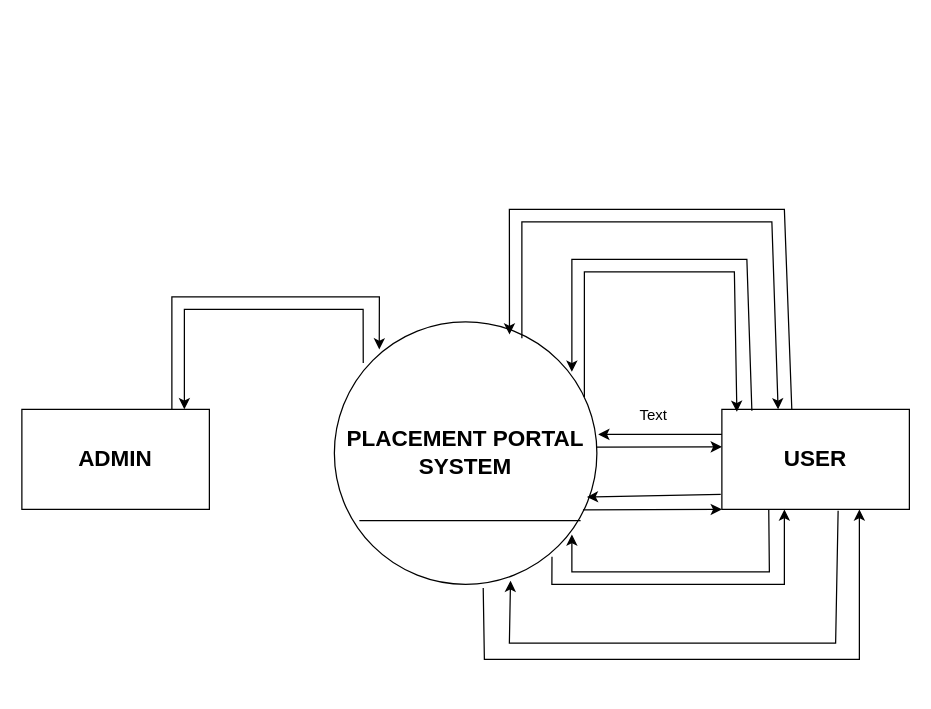
shalulaha/Minor_Project keeps this draw.io diagram as Untitled Diagram.drawio. Above is the earlier version. Source tidied: cells renumbered, new cells numbered last; positions are measured from the earlier drawing's top-left corner, leaving out a move shared by most shapes. Both pictures are drawn from the tidied source at 125%, with x=0, y=0 at pixel (21, 209).
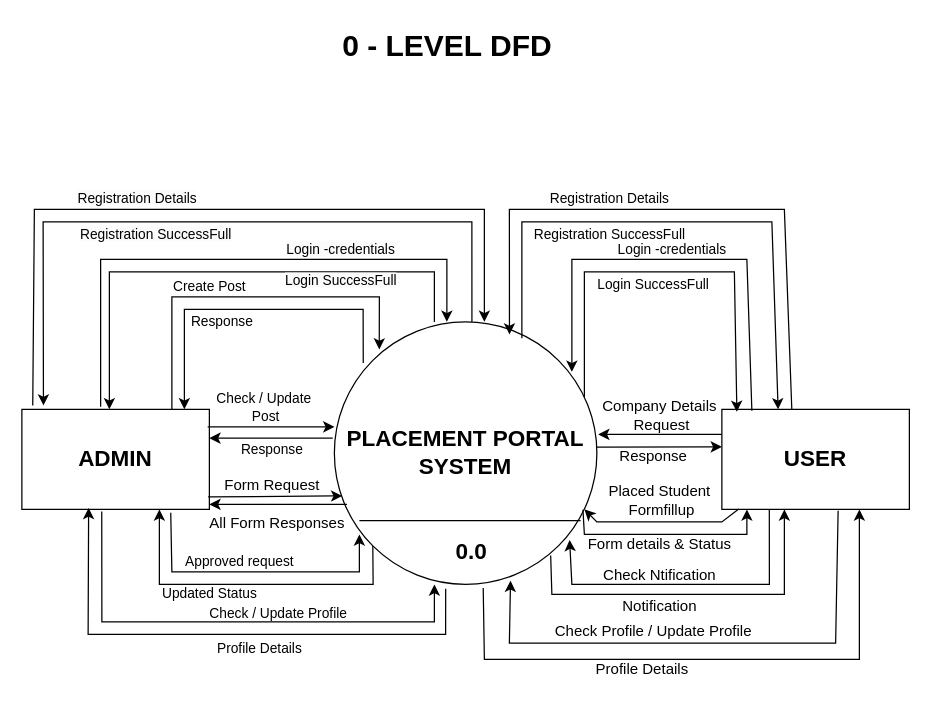
The same page after the edit.

Unchanged cells that the change refers to:
```xml
<mxCell id="2" value="&lt;font style=&quot;font-size: 18px;&quot;&gt;&lt;b&gt;PLACEMENT PORTAL&lt;/b&gt;&lt;/font&gt;&lt;div&gt;&lt;font style=&quot;font-size: 18px;&quot;&gt;&lt;b&gt;SYSTEM&lt;/b&gt;&lt;/font&gt;&lt;/div&gt;" style="ellipse;whiteSpace=wrap;html=1;" parent="1" vertex="1">
  <mxGeometry x="250" y="90" width="210" height="210" as="geometry" />
</mxCell>
<mxCell id="4" value="&lt;b&gt;&lt;font style=&quot;font-size: 18px;&quot;&gt;ADMIN&lt;/font&gt;&lt;/b&gt;" style="rounded=0;whiteSpace=wrap;html=1;" parent="1" vertex="1">
  <mxGeometry y="160" width="150" height="80" as="geometry" />
</mxCell>
<mxCell id="5" value="&lt;b&gt;&lt;font style=&quot;font-size: 18px;&quot;&gt;USER&lt;/font&gt;&lt;/b&gt;" style="rounded=0;whiteSpace=wrap;html=1;" parent="1" vertex="1">
  <mxGeometry x="560" y="160" width="150" height="80" as="geometry" />
</mxCell>
```

The edit, as a diff of the source:
```diff
@@
-    <mxCell id="14" style="endArrow=classic;html=1;rounded=0;exitX=0.25;exitY=1;exitDx=0;exitDy=0;" parent="1" edge="1" source="5">
+    <mxCell id="14" style="endArrow=classic;html=1;rounded=0;exitX=0.253;exitY=1;exitDx=0;exitDy=0;entryX=-0.013;entryY=0.384;entryDx=0;entryDy=0;entryPerimeter=0;exitPerimeter=0;" parent="1" edge="1" source="5" target="27">
       <mxGeometry relative="1" as="geometry">
-        <mxPoint x="440" y="260" as="targetPoint" />
         <Array as="points">
-          <mxPoint x="598" y="290" />
-          <mxPoint x="440" y="290" />
+          <mxPoint x="598" y="300" />
+          <mxPoint x="440" y="300" />
         </Array>
       </mxGeometry>
     </mxCell>
-    <mxCell id="15" style="endArrow=classic;html=1;rounded=0;exitX=0.829;exitY=0.895;exitDx=0;exitDy=0;exitPerimeter=0;" parent="1" edge="1" source="2">
+    <mxCell id="15" style="endArrow=classic;html=1;rounded=0;exitX=0.824;exitY=0.89;exitDx=0;exitDy=0;exitPerimeter=0;" parent="1" edge="1" source="2">
       <mxGeometry relative="1" as="geometry">
         <mxPoint x="610" y="240" as="targetPoint" />
         <Array as="points">
-          <mxPoint x="424" y="300" />
-          <mxPoint x="610" y="300" />
+          <mxPoint x="424" y="308" />
+          <mxPoint x="610" y="308" />
         </Array>
       </mxGeometry>
     </mxCell>
@@
-    <mxCell id="18" value="Text" style="text;html=1;align=center;verticalAlign=middle;strokeColor=none;fillColor=none;" parent="1" vertex="1">
-      <mxGeometry x="480" y="150" width="50" height="30" as="geometry" />
+    <mxCell id="18" value="Company Details&lt;div&gt;&amp;nbsp;Request&lt;/div&gt;" style="text;html=1;align=center;verticalAlign=middle;strokeColor=none;fillColor=none;" parent="1" vertex="1">
+      <mxGeometry x="455" y="145" width="110" height="40" as="geometry" />
     </mxCell>
-    <mxCell id="19" style="endArrow=classic;html=1;rounded=0;exitX=-0.006;exitY=0.85;exitDx=0;exitDy=0;exitPerimeter=0;entryX=0.962;entryY=0.667;entryDx=0;entryDy=0;entryPerimeter=0;" parent="1" edge="1" source="5" target="2">
-      <mxGeometry relative="1" as="geometry" />
+    <mxCell id="19" style="endArrow=classic;html=1;rounded=0;entryX=0.962;entryY=0.667;entryDx=0;entryDy=0;entryPerimeter=0;exitX=0.09;exitY=0.997;exitDx=0;exitDy=0;exitPerimeter=0;" parent="1" edge="1" source="5">
+      <mxGeometry relative="1" as="geometry">
+        <mxPoint x="450" y="240" as="targetPoint" />
+        <Array as="points">
+          <mxPoint x="560" y="250" />
+          <mxPoint x="460" y="250" />
+        </Array>
+      </mxGeometry>
     </mxCell>
     <mxCell id="20" style="endArrow=classic;html=1;rounded=0;exitX=0.947;exitY=0.716;exitDx=0;exitDy=0;exitPerimeter=0;" parent="1" edge="1" source="2">
       <mxGeometry relative="1" as="geometry">
-        <mxPoint x="560" y="240" as="targetPoint" />
+        <mxPoint x="580" y="240" as="targetPoint" />
+        <Array as="points">
+          <mxPoint x="450" y="260" />
+          <mxPoint x="580" y="260" />
+        </Array>
       </mxGeometry>
     </mxCell>
+    <mxCell id="21" value="&lt;font style=&quot;font-size: 11px;&quot;&gt;Registration Details&lt;/font&gt;" style="text;html=1;align=center;verticalAlign=middle;strokeColor=none;fillColor=none;" parent="1" vertex="1">
+      <mxGeometry x="410" y="-24" width="120" height="30" as="geometry" />
+    </mxCell>
+    <mxCell id="22" value="&lt;font style=&quot;font-size: 11px;&quot;&gt;Registration SuccessFull&lt;/font&gt;" style="text;html=1;align=center;verticalAlign=middle;strokeColor=none;fillColor=none;" parent="1" vertex="1">
+      <mxGeometry x="400" y="5" width="140" height="30" as="geometry" />
+    </mxCell>
+    <mxCell id="23" value="&lt;font style=&quot;font-size: 11px;&quot;&gt;Login -credentials&lt;/font&gt;" style="text;html=1;align=center;verticalAlign=middle;strokeColor=none;fillColor=none;" parent="1" vertex="1">
+      <mxGeometry x="465" y="17" width="110" height="30" as="geometry" />
+    </mxCell>
+    <mxCell id="24" value="&lt;font style=&quot;font-size: 11px;&quot;&gt;Login SuccessFull&lt;/font&gt;" style="text;html=1;align=center;verticalAlign=middle;strokeColor=none;fillColor=none;" parent="1" vertex="1">
+      <mxGeometry x="450" y="45" width="110" height="30" as="geometry" />
+    </mxCell>
+    <mxCell id="25" value="Response" style="text;html=1;align=center;verticalAlign=middle;strokeColor=none;fillColor=none;" parent="1" vertex="1">
+      <mxGeometry x="465" y="183" width="80" height="30" as="geometry" />
+    </mxCell>
+    <mxCell id="26" value="Placed Student&lt;div&gt;&amp;nbsp;Formfillup&lt;/div&gt;" style="text;html=1;align=center;verticalAlign=middle;strokeColor=none;fillColor=none;" parent="1" vertex="1">
+      <mxGeometry x="460" y="213" width="100" height="40" as="geometry" />
+    </mxCell>
+    <mxCell id="27" value="Form details &amp;amp; Status" style="text;html=1;align=center;verticalAlign=middle;points=[];strokeColor=none;fillColor=none;" parent="1" vertex="1">
+      <mxGeometry x="440" y="253" width="140" height="30" as="geometry" />
+    </mxCell>
+    <mxCell id="28" value="Check Ntification" style="text;html=1;align=center;verticalAlign=middle;strokeColor=none;fillColor=none;" parent="1" vertex="1">
+      <mxGeometry x="455" y="278" width="110" height="30" as="geometry" />
+    </mxCell>
+    <mxCell id="29" value="Notification" style="text;html=1;align=center;verticalAlign=middle;strokeColor=none;fillColor=none;" parent="1" vertex="1">
+      <mxGeometry x="470" y="303" width="80" height="30" as="geometry" />
+    </mxCell>
+    <mxCell id="30" value="Check Profile / Update Profile" style="text;html=1;align=center;verticalAlign=middle;strokeColor=none;fillColor=none;" parent="1" vertex="1">
+      <mxGeometry x="415" y="323" width="180" height="30" as="geometry" />
+    </mxCell>
+    <mxCell id="31" value="Profile Details" style="text;html=1;align=center;verticalAlign=middle;strokeColor=none;fillColor=none;" parent="1" vertex="1">
+      <mxGeometry x="446" y="353" width="100" height="30" as="geometry" />
+    </mxCell>
+    <mxCell id="32" style="endArrow=classic;html=1;rounded=0;exitX=-0.006;exitY=0.405;exitDx=0;exitDy=0;exitPerimeter=0;" parent="1" edge="1">
+      <mxGeometry relative="1" as="geometry">
+        <mxPoint x="248.7" y="183" as="sourcePoint" />
+        <mxPoint x="150" y="183" as="targetPoint" />
+      </mxGeometry>
+    </mxCell>
+    <mxCell id="33" style="endArrow=classic;html=1;rounded=0;exitX=0.991;exitY=0.176;exitDx=0;exitDy=0;exitPerimeter=0;" parent="1" edge="1" source="4">
+      <mxGeometry relative="1" as="geometry">
+        <mxPoint x="250" y="174" as="targetPoint" />
+      </mxGeometry>
+    </mxCell>
+    <mxCell id="34" style="endArrow=classic;html=1;rounded=0;entryX=1;entryY=0.75;entryDx=0;entryDy=0;entryPerimeter=0;exitX=0.048;exitY=0.695;exitDx=0;exitDy=0;exitPerimeter=0;" parent="1" edge="1" source="2">
+      <mxGeometry relative="1" as="geometry">
+        <mxPoint x="150" y="236" as="targetPoint" />
+      </mxGeometry>
+    </mxCell>
+    <mxCell id="35" value="Approved request" style="edgeLabel;html=1;align=center;verticalAlign=middle;" parent="34" vertex="1">
+      <mxGeometry x="0.33" y="-4" relative="1" as="geometry">
+        <mxPoint x="-14" y="50" as="offset" />
+      </mxGeometry>
+    </mxCell>
+    <mxCell id="36" style="endArrow=classic;html=1;rounded=0;entryX=0.03;entryY=0.663;entryDx=0;entryDy=0;entryPerimeter=0;" parent="1" edge="1" target="2">
+      <mxGeometry relative="1" as="geometry">
+        <mxPoint x="149" y="230" as="sourcePoint" />
+      </mxGeometry>
+    </mxCell>
+    <mxCell id="37" style="endArrow=classic;html=1;rounded=0;exitX=0.42;exitY=-0.027;exitDx=0;exitDy=0;exitPerimeter=0;" parent="1" edge="1" source="4">
+      <mxGeometry relative="1" as="geometry">
+        <mxPoint x="340" y="90" as="targetPoint" />
+        <Array as="points">
+          <mxPoint x="63" y="40" />
+          <mxPoint x="340" y="40" />
+        </Array>
+      </mxGeometry>
+    </mxCell>
+    <mxCell id="38" style="endArrow=classic;html=1;rounded=0;" parent="1" edge="1">
+      <mxGeometry relative="1" as="geometry">
+        <mxPoint x="330" y="90" as="sourcePoint" />
+        <mxPoint x="70" y="160" as="targetPoint" />
+        <Array as="points">
+          <mxPoint x="330" y="50" />
+          <mxPoint x="70" y="50" />
+        </Array>
+      </mxGeometry>
+    </mxCell>
+    <mxCell id="39" style="endArrow=classic;html=1;rounded=0;exitX=0.794;exitY=1.033;exitDx=0;exitDy=0;exitPerimeter=0;" parent="1" edge="1" source="4">
+      <mxGeometry relative="1" as="geometry">
+        <mxPoint x="270" y="260" as="targetPoint" />
+        <Array as="points">
+          <mxPoint x="120" y="290" />
+          <mxPoint x="270" y="290" />
+        </Array>
+      </mxGeometry>
+    </mxCell>
+    <mxCell id="40" style="endArrow=classic;html=1;rounded=0;exitX=0;exitY=1;exitDx=0;exitDy=0;" parent="1" edge="1" source="2">
+      <mxGeometry relative="1" as="geometry">
+        <mxPoint x="110" y="240" as="targetPoint" />
+        <Array as="points">
+          <mxPoint x="281" y="300" />
+          <mxPoint x="110" y="300" />
+        </Array>
+      </mxGeometry>
+    </mxCell>
+    <mxCell id="41" value="Profile Details" style="edgeLabel;html=1;align=center;verticalAlign=middle;" parent="40" vertex="1">
+      <mxGeometry x="0.04" y="5" relative="1" as="geometry">
+        <mxPoint x="14" y="45" as="offset" />
+      </mxGeometry>
+    </mxCell>
+    <mxCell id="42" style="endArrow=classic;html=1;rounded=0;exitX=0.426;exitY=1.021;exitDx=0;exitDy=0;exitPerimeter=0;entryX=0.381;entryY=1;entryDx=0;entryDy=0;entryPerimeter=0;" parent="1" edge="1" source="4" target="2">
+      <mxGeometry relative="1" as="geometry">
+        <Array as="points">
+          <mxPoint x="64" y="330" />
+          <mxPoint x="330" y="330" />
+        </Array>
+      </mxGeometry>
+    </mxCell>
+    <mxCell id="43" style="endArrow=classic;html=1;rounded=0;exitX=0.424;exitY=1.017;exitDx=0;exitDy=0;exitPerimeter=0;entryX=0.356;entryY=0.985;entryDx=0;entryDy=0;entryPerimeter=0;" parent="1" edge="1" source="2" target="4">
+      <mxGeometry relative="1" as="geometry">
+        <Array as="points">
+          <mxPoint x="339" y="340" />
+          <mxPoint x="53" y="340" />
+        </Array>
+      </mxGeometry>
+    </mxCell>
+    <mxCell id="44" style="endArrow=classic;html=1;rounded=0;exitX=0.058;exitY=-0.039;exitDx=0;exitDy=0;exitPerimeter=0;" parent="1" edge="1" source="4">
+      <mxGeometry relative="1" as="geometry">
+        <mxPoint x="370" y="90" as="targetPoint" />
+        <Array as="points">
+          <mxPoint x="10" />
+          <mxPoint x="370" />
+        </Array>
+      </mxGeometry>
+    </mxCell>
+    <mxCell id="45" style="endArrow=classic;html=1;rounded=0;entryX=0.115;entryY=-0.039;entryDx=0;entryDy=0;entryPerimeter=0;exitX=0.524;exitY=0;exitDx=0;exitDy=0;exitPerimeter=0;" parent="1" edge="1" source="2" target="4">
+      <mxGeometry relative="1" as="geometry">
+        <Array as="points">
+          <mxPoint x="360" y="10" />
+          <mxPoint x="17" y="10" />
+        </Array>
+      </mxGeometry>
+    </mxCell>
+    <mxCell id="46" value="&lt;span style=&quot;color: rgb(0, 0, 0); font-family: Helvetica; font-size: 11px; font-style: normal; font-variant-ligatures: normal; font-variant-caps: normal; font-weight: 400; letter-spacing: normal; orphans: 2; text-align: center; text-indent: 0px; text-transform: none; widows: 2; word-spacing: 0px; -webkit-text-stroke-width: 0px; white-space: nowrap; background-color: rgb(251, 251, 251); text-decoration-thickness: initial; text-decoration-style: initial; text-decoration-color: initial; display: inline !important; float: none;&quot;&gt;Registration Details&lt;/span&gt;" style="text;whiteSpace=wrap;html=1;" parent="1" vertex="1">
+      <mxGeometry x="43" y="-23" width="130" height="40" as="geometry" />
+    </mxCell>
+    <mxCell id="47" value="&lt;span style=&quot;color: rgb(0, 0, 0); font-family: Helvetica; font-size: 11px; font-style: normal; font-variant-ligatures: normal; font-variant-caps: normal; font-weight: 400; letter-spacing: normal; orphans: 2; text-align: center; text-indent: 0px; text-transform: none; widows: 2; word-spacing: 0px; -webkit-text-stroke-width: 0px; white-space: nowrap; background-color: rgb(251, 251, 251); text-decoration-thickness: initial; text-decoration-style: initial; text-decoration-color: initial; display: inline !important; float: none;&quot;&gt;Registration SuccessFull&lt;/span&gt;" style="text;whiteSpace=wrap;html=1;" parent="1" vertex="1">
+      <mxGeometry x="45" y="6" width="150" height="40" as="geometry" />
+    </mxCell>
+    <mxCell id="48" value="&lt;span style=&quot;color: rgb(0, 0, 0); font-family: Helvetica; font-size: 11px; font-style: normal; font-variant-ligatures: normal; font-variant-caps: normal; font-weight: 400; letter-spacing: normal; orphans: 2; text-align: center; text-indent: 0px; text-transform: none; widows: 2; word-spacing: 0px; -webkit-text-stroke-width: 0px; white-space: nowrap; background-color: rgb(251, 251, 251); text-decoration-thickness: initial; text-decoration-style: initial; text-decoration-color: initial; display: inline !important; float: none;&quot;&gt;Login -credentials&lt;/span&gt;" style="text;whiteSpace=wrap;html=1;" parent="1" vertex="1">
+      <mxGeometry x="210" y="18" width="120" height="40" as="geometry" />
+    </mxCell>
+    <mxCell id="49" value="&lt;span style=&quot;color: rgb(0, 0, 0); font-family: Helvetica; font-size: 11px; font-style: normal; font-variant-ligatures: normal; font-variant-caps: normal; font-weight: 400; letter-spacing: normal; orphans: 2; text-align: center; text-indent: 0px; text-transform: none; widows: 2; word-spacing: 0px; -webkit-text-stroke-width: 0px; white-space: nowrap; background-color: rgb(251, 251, 251); text-decoration-thickness: initial; text-decoration-style: initial; text-decoration-color: initial; display: inline !important; float: none;&quot;&gt;Login SuccessFull&lt;/span&gt;" style="text;whiteSpace=wrap;html=1;" parent="1" vertex="1">
+      <mxGeometry x="209" y="43" width="120" height="40" as="geometry" />
+    </mxCell>
+    <mxCell id="50" value="&lt;font style=&quot;font-size: 11px;&quot;&gt;Create Post&lt;/font&gt;" style="text;html=1;align=center;verticalAlign=middle;strokeColor=none;fillColor=none;" parent="1" vertex="1">
+      <mxGeometry x="110" y="47" width="80" height="30" as="geometry" />
+    </mxCell>
+    <mxCell id="51" value="&lt;font style=&quot;font-size: 11px;&quot;&gt;Response&lt;/font&gt;" style="text;html=1;align=center;verticalAlign=middle;strokeColor=none;fillColor=none;" parent="1" vertex="1">
+      <mxGeometry x="125" y="75" width="70" height="30" as="geometry" />
+    </mxCell>
+    <mxCell id="52" value="&lt;font style=&quot;font-size: 11px;&quot;&gt;Check / Update&amp;nbsp;&lt;/font&gt;&lt;div&gt;&lt;font style=&quot;font-size: 11px;&quot;&gt;Post&lt;/font&gt;&lt;/div&gt;" style="text;html=1;align=center;verticalAlign=middle;strokeColor=none;fillColor=none;" parent="1" vertex="1">
+      <mxGeometry x="145" y="138" width="100" height="40" as="geometry" />
+    </mxCell>
+    <mxCell id="53" value="&lt;font style=&quot;font-size: 11px;&quot;&gt;Response&lt;/font&gt;" style="text;html=1;align=center;verticalAlign=middle;strokeColor=none;fillColor=none;" parent="1" vertex="1">
+      <mxGeometry x="165" y="177" width="70" height="30" as="geometry" />
+    </mxCell>
+    <mxCell id="54" value="&lt;font style=&quot;font-size: 11px;&quot;&gt;Updated Status&lt;/font&gt;" style="text;html=1;align=center;verticalAlign=middle;strokeColor=none;fillColor=none;" parent="1" vertex="1">
+      <mxGeometry x="100" y="292" width="100" height="30" as="geometry" />
+    </mxCell>
+    <mxCell id="55" value="&lt;font style=&quot;font-size: 11px;&quot;&gt;Check / Update&lt;/font&gt;&lt;span style=&quot;font-size: 11px; background-color: initial;&quot;&gt;&amp;nbsp;Profile&lt;/span&gt;" style="text;html=1;align=center;verticalAlign=middle;strokeColor=none;fillColor=none;" parent="1" vertex="1">
+      <mxGeometry x="140" y="308" width="130" height="30" as="geometry" />
+    </mxCell>
+    <mxCell id="56" value="&lt;font style=&quot;font-size: 18px;&quot;&gt;&lt;b&gt;0.0&lt;/b&gt;&lt;/font&gt;" style="text;html=1;align=center;verticalAlign=middle;whiteSpace=wrap;rounded=0;" parent="1" vertex="1">
+      <mxGeometry x="330" y="259" width="60" height="30" as="geometry" />
+    </mxCell>
+    <mxCell id="57" value="Form Request" style="text;html=1;align=center;verticalAlign=middle;strokeColor=none;fillColor=none;" parent="1" vertex="1">
+      <mxGeometry x="150" y="206" width="100" height="30" as="geometry" />
+    </mxCell>
+    <mxCell id="58" value="All Form Responses" style="text;html=1;align=center;verticalAlign=middle;strokeColor=none;fillColor=none;" parent="1" vertex="1">
+      <mxGeometry x="139" y="236" width="130" height="30" as="geometry" />
+    </mxCell>
+    <mxCell id="59" value="&lt;b&gt;&lt;font style=&quot;font-size: 24px;&quot;&gt;0 - LEVEL DFD&lt;/font&gt;&lt;/b&gt;" style="text;html=1;align=center;verticalAlign=middle;strokeColor=none;fillColor=none;" parent="1" vertex="1">
+      <mxGeometry x="245" y="-150" width="190" height="40" as="geometry" />
+    </mxCell>
```
